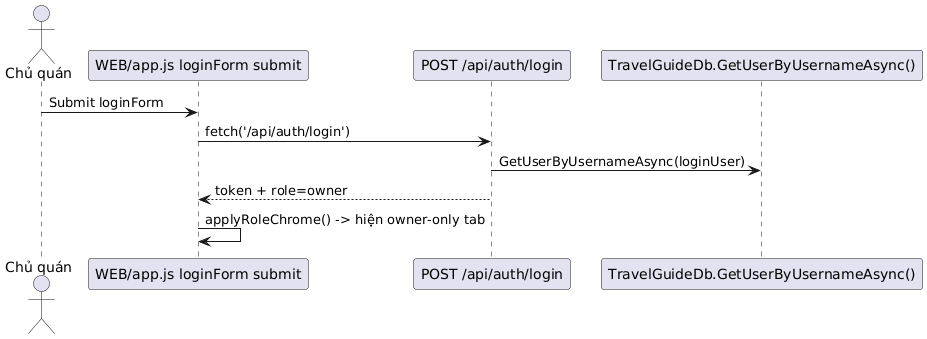
Before: Diagrams/SE Owner DangNhap.png, a diagram exported from PlantUML (hoangtri22/TravelGuide).
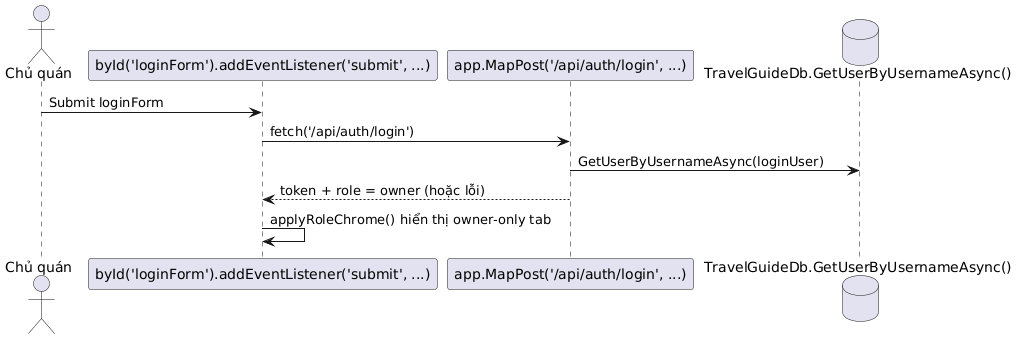
Later version of the same file.

Diff of the diagram source:
```diff
@@ -1,12 +1,11 @@
 @startuml
 actor "Chủ quán" as O
-participant "WEB/app.js loginForm submit" as JS
-participant "POST /api/auth/login" as API
-participant "TravelGuideDb.GetUserByUsernameAsync()" as DB
-
-O -> JS: Submit loginForm
-JS -> API: fetch('/api/auth/login')
-API -> DB: GetUserByUsernameAsync(loginUser)
-API --> JS: token + role=owner
-JS -> JS: applyRoleChrome() -> hiện owner-only tab
+participant "byId('loginForm').addEventListener('submit', ...)" as FE
+participant "app.MapPost('/api/auth/login', ...)" as API
+database "TravelGuideDb.GetUserByUsernameAsync()" as DB
+O -> FE : Submit loginForm
+FE -> API : fetch('/api/auth/login')
+API -> DB : GetUserByUsernameAsync(loginUser)
+API --> FE : token + role = owner (hoặc lỗi)
+FE -> FE : applyRoleChrome() hiển thị owner-only tab
 @enduml
```
